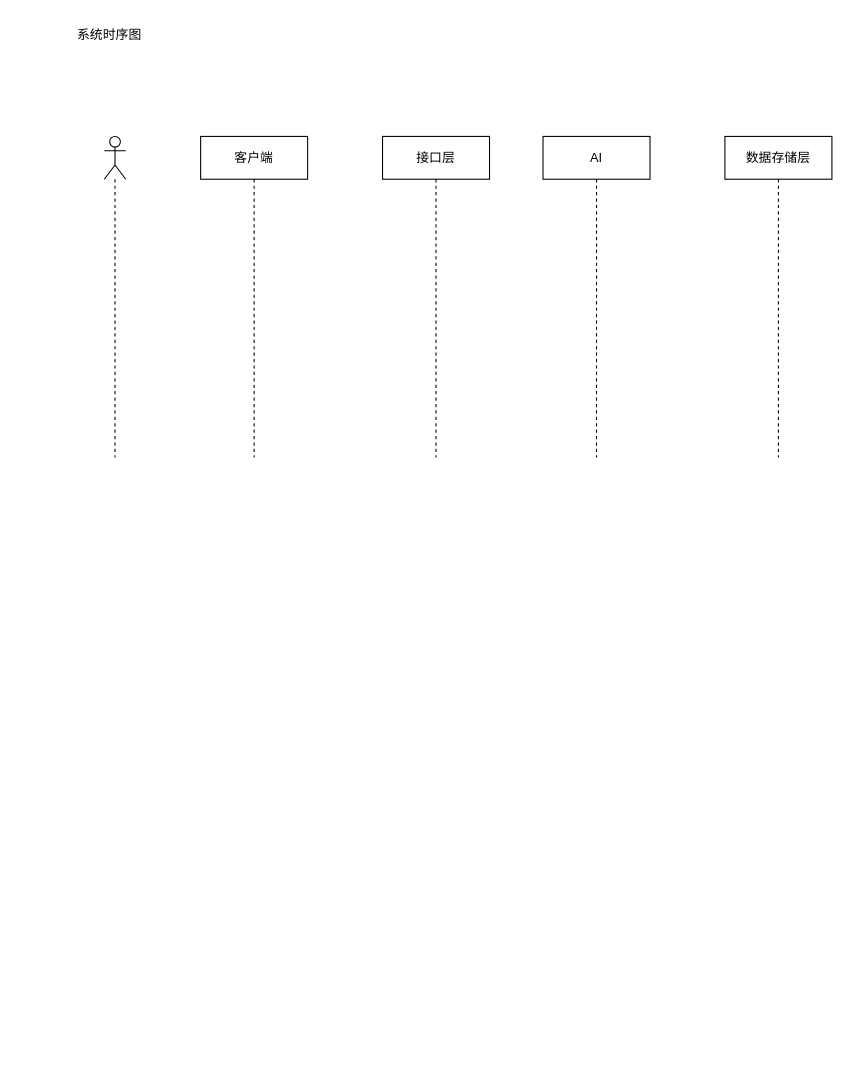
Before: 架构图.drawio in NeverMore2023/sunos, a draw.io diagram. Source tidied: cells renumbered, new cells numbered last; positions are measured from the earlier drawing's top-left corner, leaving out a move shared by most shapes. Both pictures are drawn from the tidied source at 107%, with x=0, y=0 at pixel (18, 18).
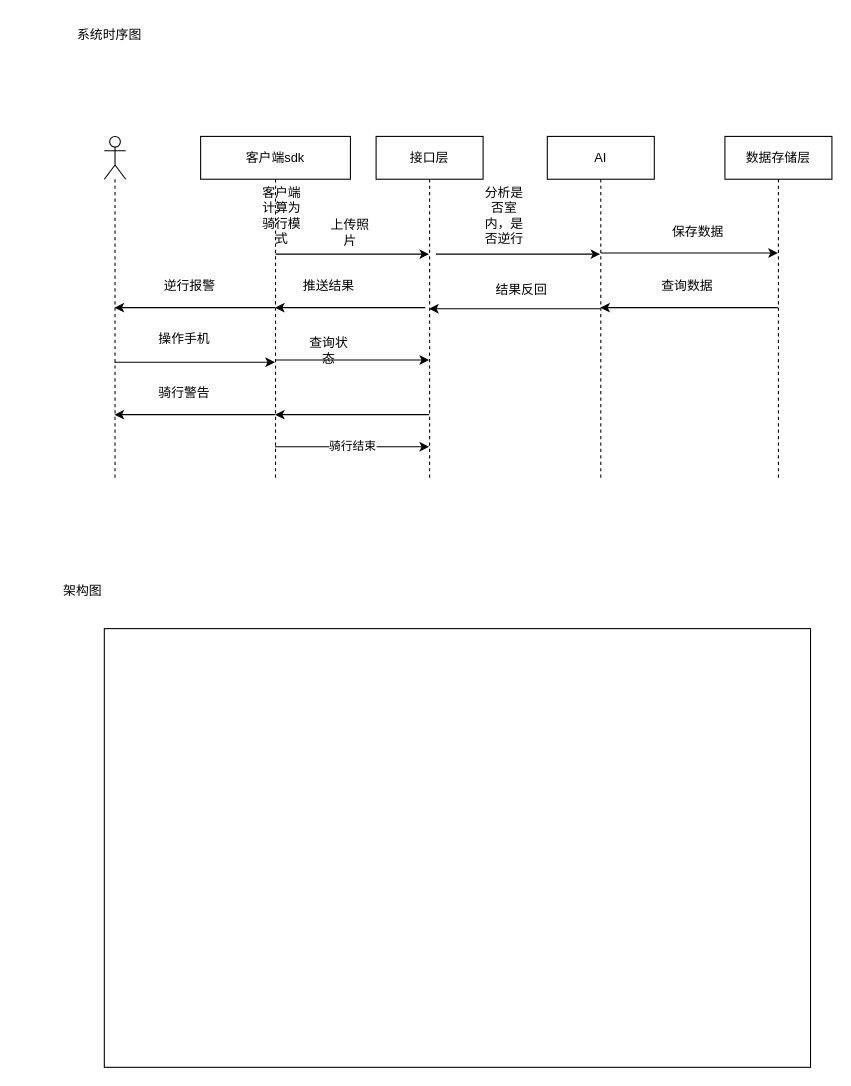
After the change.

Diff of the diagram source:
```diff
@@
     <mxCell id="3" style="shape=umlLifeline;participant=umlActor;perimeter=lifelinePerimeter;whiteSpace=wrap;html=1;verticalAlign=top;spacingTop=36;outlineConnect=0;" parent="1" vertex="1">
-      <mxGeometry x="80" y="110" width="20" height="300" as="geometry" />
+      <mxGeometry x="80" y="110" width="20" height="320" as="geometry" />
     </mxCell>
-    <mxCell id="4" value="客户端" style="shape=umlLifeline;perimeter=lifelinePerimeter;whiteSpace=wrap;html=1;outlineConnect=0;" parent="1" vertex="1">
-      <mxGeometry x="170" y="110" width="100" height="300" as="geometry" />
+    <mxCell id="4" value="客户端sdk" style="shape=umlLifeline;perimeter=lifelinePerimeter;whiteSpace=wrap;html=1;outlineConnect=0;" parent="1" vertex="1">
+      <mxGeometry x="170" y="110" width="140" height="320" as="geometry" />
     </mxCell>
+    <mxCell id="8" value="查询状态" style="text;html=1;strokeColor=none;fillColor=none;align=center;verticalAlign=middle;whiteSpace=wrap;rounded=0;" parent="4" vertex="1">
+      <mxGeometry x="100" y="190" width="40" height="20" as="geometry" />
+    </mxCell>
     <mxCell id="5" value="接口层" style="shape=umlLifeline;perimeter=lifelinePerimeter;whiteSpace=wrap;html=1;outlineConnect=0;" parent="1" vertex="1">
-      <mxGeometry x="340" y="110" width="100" height="300" as="geometry" />
+      <mxGeometry x="334" y="110" width="100" height="320" as="geometry" />
     </mxCell>
     <mxCell id="6" value="AI" style="shape=umlLifeline;perimeter=lifelinePerimeter;whiteSpace=wrap;html=1;" parent="1" vertex="1">
-      <mxGeometry x="490" y="110" width="100" height="300" as="geometry" />
+      <mxGeometry x="494" y="110" width="100" height="320" as="geometry" />
     </mxCell>
     <mxCell id="7" value="数据存储层" style="shape=umlLifeline;perimeter=lifelinePerimeter;whiteSpace=wrap;html=1;" parent="1" vertex="1">
-      <mxGeometry x="660" y="110" width="100" height="300" as="geometry" />
+      <mxGeometry x="660" y="110" width="100" height="320" as="geometry" />
     </mxCell>
+    <mxCell id="9" style="endArrow=classic;html=1;" parent="1" edge="1" target="5">
+      <mxGeometry relative="1" as="geometry">
+        <mxPoint x="240" y="220" as="sourcePoint" />
+      </mxGeometry>
+    </mxCell>
+    <mxCell id="10" value="客户端计算为骑行模式" style="text;html=1;strokeColor=none;fillColor=none;align=center;verticalAlign=middle;whiteSpace=wrap;rounded=0;" parent="1" vertex="1">
+      <mxGeometry x="226" y="174" width="40" height="20" as="geometry" />
+    </mxCell>
+    <mxCell id="11" style="endArrow=classic;html=1;" parent="1" edge="1">
+      <mxGeometry relative="1" as="geometry">
+        <mxPoint x="390" y="220" as="sourcePoint" />
+        <mxPoint x="543.5" y="220" as="targetPoint" />
+      </mxGeometry>
+    </mxCell>
+    <mxCell id="12" value="上传照片" style="text;html=1;strokeColor=none;fillColor=none;align=center;verticalAlign=middle;whiteSpace=wrap;rounded=0;" parent="1" vertex="1">
+      <mxGeometry x="290" y="190" width="40" height="20" as="geometry" />
+    </mxCell>
+    <mxCell id="13" value="分析是否室内，是否逆行" style="text;html=1;strokeColor=none;fillColor=none;align=center;verticalAlign=middle;whiteSpace=wrap;rounded=0;" parent="1" vertex="1">
+      <mxGeometry x="434" y="174" width="40" height="20" as="geometry" />
+    </mxCell>
+    <mxCell id="14" style="endArrow=classic;html=1;" parent="1" edge="1">
+      <mxGeometry relative="1" as="geometry">
+        <mxPoint x="544" y="219" as="sourcePoint" />
+        <mxPoint x="709.5" y="219" as="targetPoint" />
+        <Array as="points">
+          <mxPoint x="630" y="219" />
+        </Array>
+      </mxGeometry>
+    </mxCell>
+    <mxCell id="15" value="保存数据" style="text;html=1;strokeColor=none;fillColor=none;align=center;verticalAlign=middle;whiteSpace=wrap;rounded=0;" parent="1" vertex="1">
+      <mxGeometry x="610" y="190" width="50" height="20" as="geometry" />
+    </mxCell>
+    <mxCell id="16" style="endArrow=classic;html=1;" parent="1" edge="1">
+      <mxGeometry relative="1" as="geometry">
+        <mxPoint x="543.5" y="271" as="sourcePoint" />
+        <mxPoint x="383.5" y="271" as="targetPoint" />
+      </mxGeometry>
+    </mxCell>
+    <mxCell id="17" value="结果反回" style="text;html=1;strokeColor=none;fillColor=none;align=center;verticalAlign=middle;whiteSpace=wrap;rounded=0;" parent="1" vertex="1">
+      <mxGeometry x="440" y="244" width="60" height="20" as="geometry" />
+    </mxCell>
+    <mxCell id="18" style="endArrow=classic;html=1;" parent="1" edge="1">
+      <mxGeometry relative="1" as="geometry">
+        <mxPoint x="709.5" y="270" as="sourcePoint" />
+        <mxPoint x="543.5" y="270" as="targetPoint" />
+      </mxGeometry>
+    </mxCell>
+    <mxCell id="19" value="查询数据" style="text;html=1;strokeColor=none;fillColor=none;align=center;verticalAlign=middle;whiteSpace=wrap;rounded=0;" parent="1" vertex="1">
+      <mxGeometry x="560" y="240" width="130" height="20" as="geometry" />
+    </mxCell>
+    <mxCell id="20" style="endArrow=classic;html=1;" parent="1" edge="1" target="4">
+      <mxGeometry relative="1" as="geometry">
+        <mxPoint x="380" y="270" as="sourcePoint" />
+      </mxGeometry>
+    </mxCell>
+    <mxCell id="21" value="推送结果" style="text;html=1;strokeColor=none;fillColor=none;align=center;verticalAlign=middle;whiteSpace=wrap;rounded=0;" parent="1" vertex="1">
+      <mxGeometry x="250" y="240" width="80" height="20" as="geometry" />
+    </mxCell>
+    <mxCell id="22" style="endArrow=classic;html=1;" parent="1" edge="1" source="4" target="3">
+      <mxGeometry relative="1" as="geometry">
+        <Array as="points">
+          <mxPoint x="160" y="270" />
+        </Array>
+      </mxGeometry>
+    </mxCell>
+    <mxCell id="23" value="逆行报警" style="text;html=1;strokeColor=none;fillColor=none;align=center;verticalAlign=middle;whiteSpace=wrap;rounded=0;" parent="1" vertex="1">
+      <mxGeometry x="130" y="240" width="60" height="20" as="geometry" />
+    </mxCell>
+    <mxCell id="24" style="endArrow=classic;html=1;" parent="1" edge="1" target="4">
+      <mxGeometry relative="1" as="geometry">
+        <mxPoint x="89.5" y="321" as="sourcePoint" />
+      </mxGeometry>
+    </mxCell>
+    <mxCell id="25" value="操作手机" style="text;html=1;strokeColor=none;fillColor=none;align=center;verticalAlign=middle;whiteSpace=wrap;rounded=0;" parent="1" vertex="1">
+      <mxGeometry x="120" y="290" width="70" height="20" as="geometry" />
+    </mxCell>
+    <mxCell id="26" style="endArrow=classic;html=1;" parent="1" edge="1">
+      <mxGeometry relative="1" as="geometry">
+        <mxPoint x="240" y="319" as="sourcePoint" />
+        <mxPoint x="383.5" y="319" as="targetPoint" />
+      </mxGeometry>
+    </mxCell>
+    <mxCell id="27" style="endArrow=classic;html=1;" parent="1" edge="1" source="5" target="4">
+      <mxGeometry relative="1" as="geometry">
+        <Array as="points">
+          <mxPoint x="330" y="370" />
+        </Array>
+      </mxGeometry>
+    </mxCell>
+    <mxCell id="28" style="endArrow=classic;html=1;" parent="1" edge="1" source="4" target="3">
+      <mxGeometry relative="1" as="geometry">
+        <Array as="points">
+          <mxPoint x="190" y="370" />
+        </Array>
+      </mxGeometry>
+    </mxCell>
+    <mxCell id="29" value="骑行警告" style="text;html=1;strokeColor=none;fillColor=none;align=center;verticalAlign=middle;whiteSpace=wrap;rounded=0;" parent="1" vertex="1">
+      <mxGeometry x="120" y="340" width="70" height="20" as="geometry" />
+    </mxCell>
+    <mxCell id="30" value="骑行结束" style="endArrow=classic;html=1;" parent="1" edge="1" source="4" target="5">
+      <mxGeometry relative="1" as="geometry">
+        <Array as="points">
+          <mxPoint x="350" y="400" />
+        </Array>
+      </mxGeometry>
+    </mxCell>
+    <mxCell id="31" value="架构图" style="text;html=1;strokeColor=none;fillColor=none;align=center;verticalAlign=middle;whiteSpace=wrap;rounded=0;" parent="1" vertex="1">
+      <mxGeometry x="40" y="525" width="40" height="20" as="geometry" />
+    </mxCell>
+    <mxCell id="32" style="rounded=0;whiteSpace=wrap;html=1;" parent="1" vertex="1">
+      <mxGeometry x="80" y="570" width="660" height="410" as="geometry" />
+    </mxCell>
```
